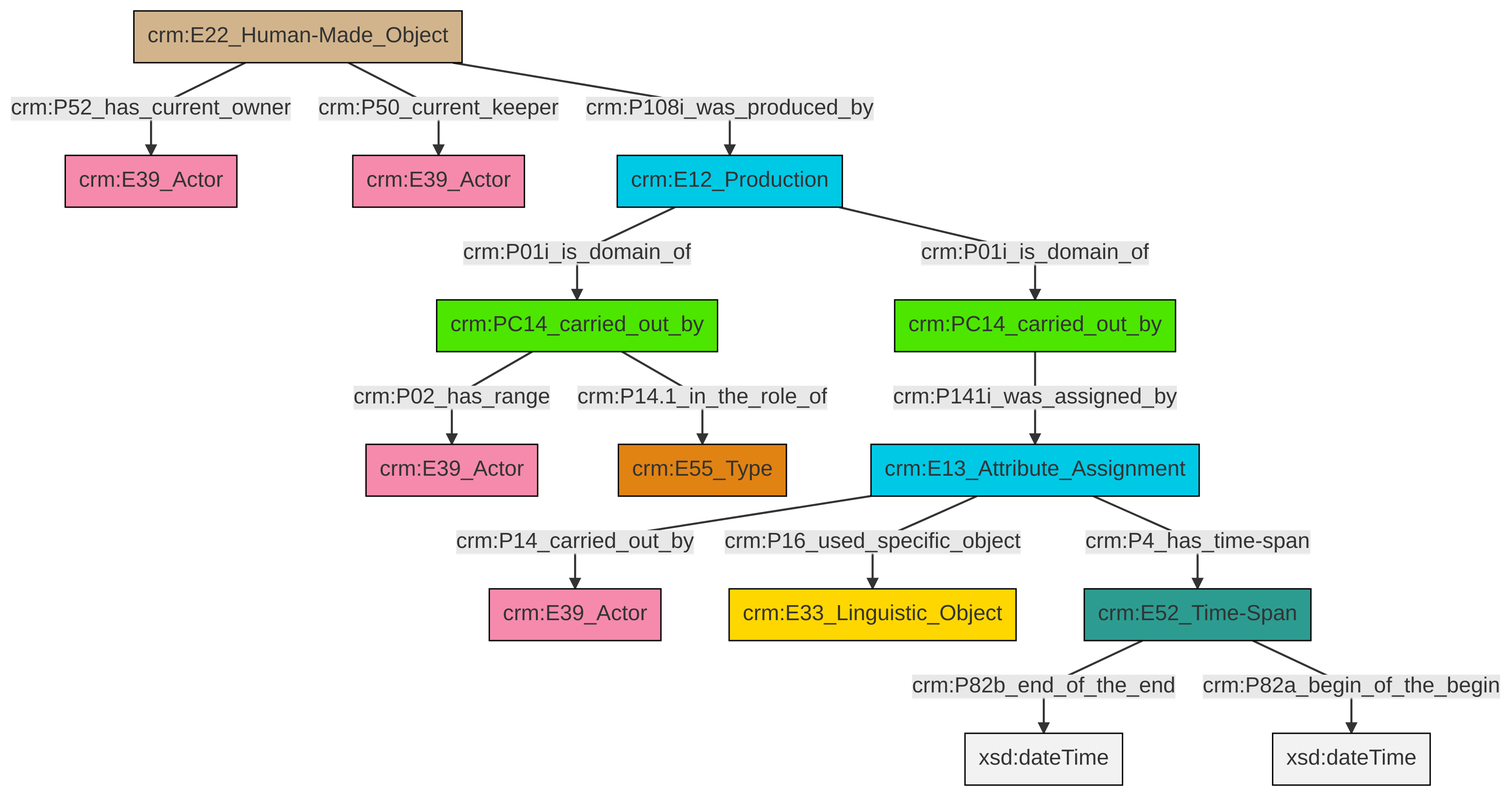
The Mermaid diagram et/carrierCSV/ttl/mmd/png/carrier_relations.png in swiss-art-research-net/docs.swissartresearch, before a commit. Its source is kept beside it as et/carrierCSV/ttl/mmd/carrier_relations.ttl.mmd.
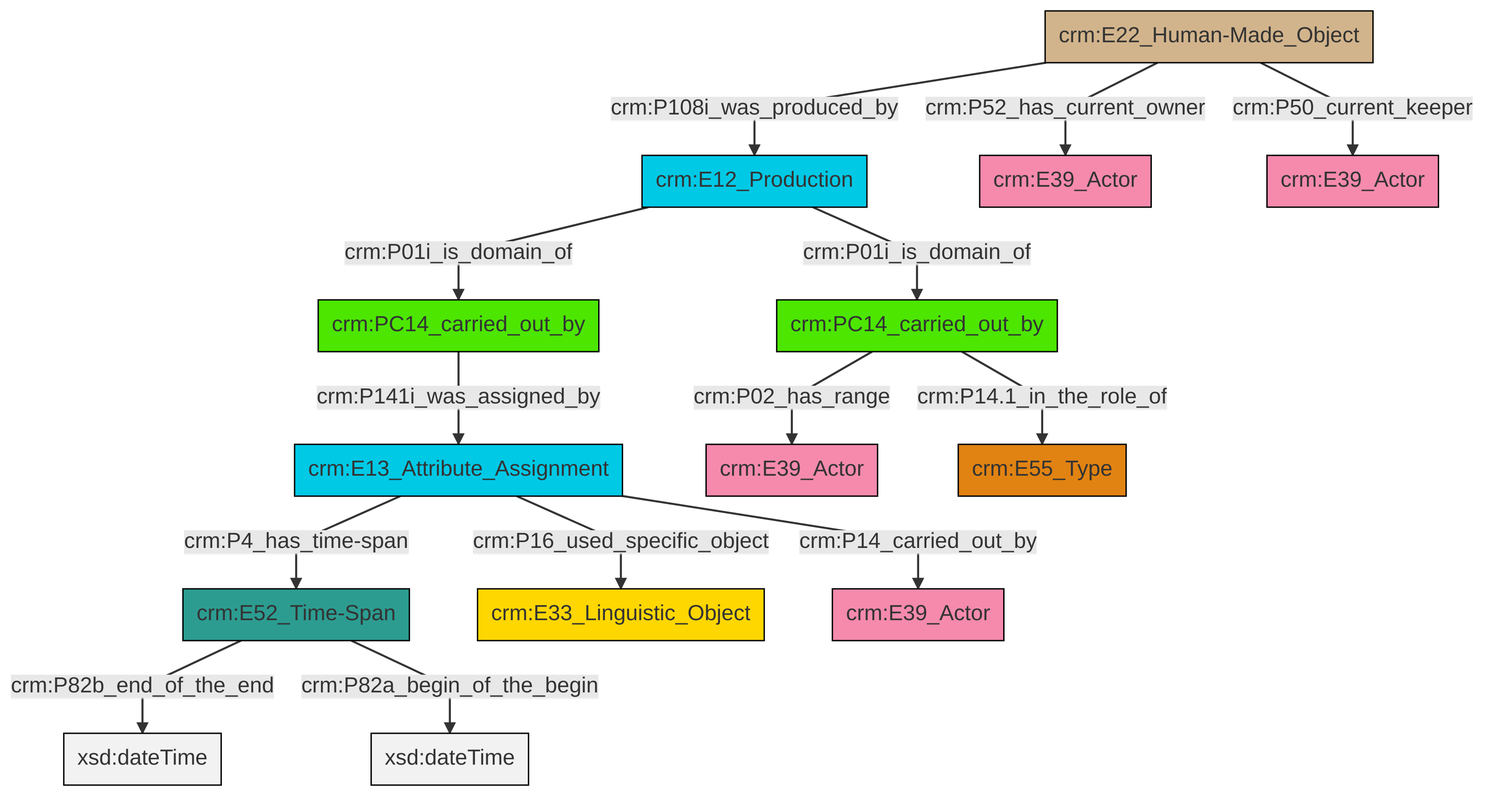
Later version of the same file.

Diff of the diagram source:
```diff
@@ -13,16 +13,16 @@
 classDef PC_Classes fill:#4ce600, stroke:#000000;
 classDef Multi fill:#cccccc,stroke:#000000;
 
-2["crm:PC14_carried_out_by"]:::PC_Classes -->|crm:P02_has_range| 4["crm:E39_Actor"]:::Actor
-5["crm:E22_Human-Made_Object"]:::Physical_Thing -->|crm:P52_has_current_owner| 0["crm:E39_Actor"]:::Actor
-2["crm:PC14_carried_out_by"]:::PC_Classes -->|crm:P14.1_in_the_role_of| 12["crm:E55_Type"]:::Type
-13["crm:E13_Attribute_Assignment"]:::Temporal_Entity -->|crm:P16_used_specific_object| 10["crm:E33_Linguistic_Object"]:::Conceptual_Object
-13["crm:E13_Attribute_Assignment"]:::Temporal_Entity -->|crm:P4_has_time-span| 18["crm:E52_Time-Span"]:::Time-Span
-16["crm:E12_Production"]:::Temporal_Entity -->|crm:P01i_is_domain_of| 20["crm:PC14_carried_out_by"]:::PC_Classes
-13["crm:E13_Attribute_Assignment"]:::Temporal_Entity -->|crm:P14_carried_out_by| 8["crm:E39_Actor"]:::Actor
-5["crm:E22_Human-Made_Object"]:::Physical_Thing -->|crm:P50_current_keeper| 14["crm:E39_Actor"]:::Actor
-18["crm:E52_Time-Span"]:::Time-Span -->|crm:P82b_end_of_the_end| 22[xsd:dateTime]:::Literal
-20["crm:PC14_carried_out_by"]:::PC_Classes -->|crm:P141i_was_assigned_by| 13["crm:E13_Attribute_Assignment"]:::Temporal_Entity
-5["crm:E22_Human-Made_Object"]:::Physical_Thing -->|crm:P108i_was_produced_by| 16["crm:E12_Production"]:::Temporal_Entity
-16["crm:E12_Production"]:::Temporal_Entity -->|crm:P01i_is_domain_of| 2["crm:PC14_carried_out_by"]:::PC_Classes
-18["crm:E52_Time-Span"]:::Time-Span -->|crm:P82a_begin_of_the_begin| 24[xsd:dateTime]:::Literal
+0["crm:E52_Time-Span"]:::Time-Span -->|crm:P82b_end_of_the_end| 1[xsd:dateTime]:::Literal
+4["crm:PC14_carried_out_by"]:::PC_Classes -->|crm:P141i_was_assigned_by| 5["crm:E13_Attribute_Assignment"]:::Temporal_Entity
+5["crm:E13_Attribute_Assignment"]:::Temporal_Entity -->|crm:P4_has_time-span| 0["crm:E52_Time-Span"]:::Time-Span
+2["crm:E22_Human-Made_Object"]:::Physical_Thing -->|crm:P108i_was_produced_by| 11["crm:E12_Production"]:::Temporal_Entity
+2["crm:E22_Human-Made_Object"]:::Physical_Thing -->|crm:P52_has_current_owner| 13["crm:E39_Actor"]:::Actor
+0["crm:E52_Time-Span"]:::Time-Span -->|crm:P82a_begin_of_the_begin| 14[xsd:dateTime]:::Literal
+2["crm:E22_Human-Made_Object"]:::Physical_Thing -->|crm:P50_current_keeper| 15["crm:E39_Actor"]:::Actor
+11["crm:E12_Production"]:::Temporal_Entity -->|crm:P01i_is_domain_of| 8["crm:PC14_carried_out_by"]:::PC_Classes
+11["crm:E12_Production"]:::Temporal_Entity -->|crm:P01i_is_domain_of| 4["crm:PC14_carried_out_by"]:::PC_Classes
+5["crm:E13_Attribute_Assignment"]:::Temporal_Entity -->|crm:P14_carried_out_by| 23["crm:E39_Actor"]:::Actor
+5["crm:E13_Attribute_Assignment"]:::Temporal_Entity -->|crm:P16_used_specific_object| 21["crm:E33_Linguistic_Object"]:::Conceptual_Object
+8["crm:PC14_carried_out_by"]:::PC_Classes -->|crm:P02_has_range| 6["crm:E39_Actor"]:::Actor
+8["crm:PC14_carried_out_by"]:::PC_Classes -->|crm:P14.1_in_the_role_of| 18["crm:E55_Type"]:::Type
```
